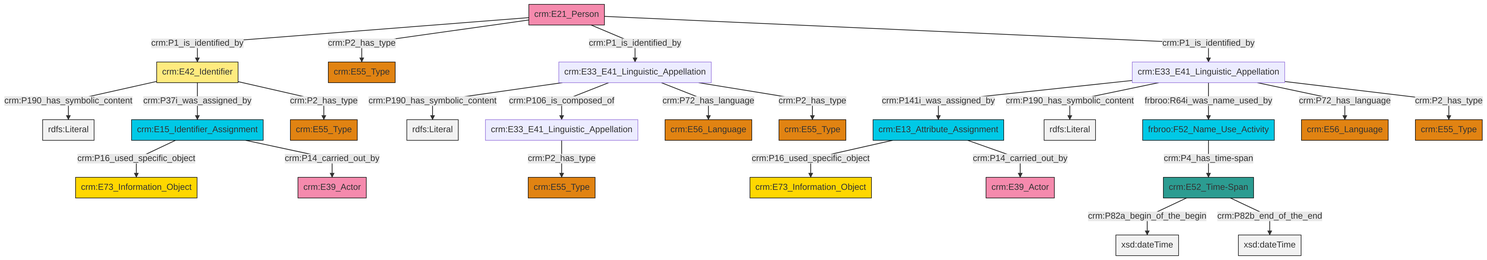
Earlier version of the Mermaid export et/personCSV/ttl/mmd/png/Person_Names_and_Classification.png (swiss-art-research-net/docs.swissartresearch). Its source is kept beside it as et/personCSV/ttl/mmd/Person_Names_and_Classification.ttl.mmd. The source it was exported from:
```mermaid
graph TD
classDef Literal fill:#f2f2f2,stroke:#000000;
classDef CRM_Entity fill:#FFFFFF,stroke:#000000;
classDef Temporal_Entity fill:#00C9E6, stroke:#000000;
classDef Type fill:#E18312, stroke:#000000;
classDef Time-Span fill:#2C9C91, stroke:#000000;
classDef Appellation fill:#FFEB7F, stroke:#000000;
classDef Place fill:#008836, stroke:#000000;
classDef Persistent_Item fill:#B266B2, stroke:#000000;
classDef Conceptual_Object fill:#FFD700, stroke:#000000;
classDef Physical_Thing fill:#D2B48C, stroke:#000000;
classDef Actor fill:#f58aad, stroke:#000000;
classDef PC_Classes fill:#4ce600, stroke:#000000;
classDef Multi fill:#cccccc,stroke:#000000;

0["crm:E33_E41_Linguistic_Appellation"]:::Default -->|crm:P141i_was_assigned_by| 1["crm:E13_Attribute_Assignment"]:::Temporal_Entity
0["crm:E33_E41_Linguistic_Appellation"]:::Default -->|crm:P190_has_symbolic_content| 2[rdfs:Literal]:::Literal
5["crm:E21_Person"]:::Actor -->|crm:P1_is_identified_by| 6["crm:E42_Identifier"]:::Appellation
5["crm:E21_Person"]:::Actor -->|crm:P2_has_type| 7["crm:E55_Type"]:::Type
13["crm:E33_E41_Linguistic_Appellation"]:::Default -->|crm:P190_has_symbolic_content| 14[rdfs:Literal]:::Literal
6["crm:E42_Identifier"]:::Appellation -->|crm:P190_has_symbolic_content| 25[rdfs:Literal]:::Literal
6["crm:E42_Identifier"]:::Appellation -->|crm:P37i_was_assigned_by| 26["crm:E15_Identifier_Assignment"]:::Temporal_Entity
3["crm:E52_Time-Span"]:::Time-Span -->|crm:P82a_begin_of_the_begin| 28[xsd:dateTime]:::Literal
1["crm:E13_Attribute_Assignment"]:::Temporal_Entity -->|crm:P16_used_specific_object| 9["crm:E73_Information_Object"]:::Conceptual_Object
13["crm:E33_E41_Linguistic_Appellation"]:::Default -->|crm:P106_is_composed_of| 17["crm:E33_E41_Linguistic_Appellation"]:::Default
5["crm:E21_Person"]:::Actor -->|crm:P1_is_identified_by| 13["crm:E33_E41_Linguistic_Appellation"]:::Default
26["crm:E15_Identifier_Assignment"]:::Temporal_Entity -->|crm:P16_used_specific_object| 23["crm:E73_Information_Object"]:::Conceptual_Object
3["crm:E52_Time-Span"]:::Time-Span -->|crm:P82b_end_of_the_end| 38[xsd:dateTime]:::Literal
17["crm:E33_E41_Linguistic_Appellation"]:::Default -->|crm:P2_has_type| 19["crm:E55_Type"]:::Type
13["crm:E33_E41_Linguistic_Appellation"]:::Default -->|crm:P72_has_language| 41["crm:E56_Language"]:::Type
26["crm:E15_Identifier_Assignment"]:::Temporal_Entity -->|crm:P14_carried_out_by| 33["crm:E39_Actor"]:::Actor
1["crm:E13_Attribute_Assignment"]:::Temporal_Entity -->|crm:P14_carried_out_by| 15["crm:E39_Actor"]:::Actor
0["crm:E33_E41_Linguistic_Appellation"]:::Default -->|frbroo:R64i_was_name_used_by| 31["frbroo:F52_Name_Use_Activity"]:::Temporal_Entity
6["crm:E42_Identifier"]:::Appellation -->|crm:P2_has_type| 39["crm:E55_Type"]:::Type
13["crm:E33_E41_Linguistic_Appellation"]:::Default -->|crm:P2_has_type| 35["crm:E55_Type"]:::Type
0["crm:E33_E41_Linguistic_Appellation"]:::Default -->|crm:P72_has_language| 11["crm:E56_Language"]:::Type
0["crm:E33_E41_Linguistic_Appellation"]:::Default -->|crm:P2_has_type| 21["crm:E55_Type"]:::Type
5["crm:E21_Person"]:::Actor -->|crm:P1_is_identified_by| 0["crm:E33_E41_Linguistic_Appellation"]:::Default
31["frbroo:F52_Name_Use_Activity"]:::Temporal_Entity -->|crm:P4_has_time-span| 3["crm:E52_Time-Span"]:::Time-Span
```
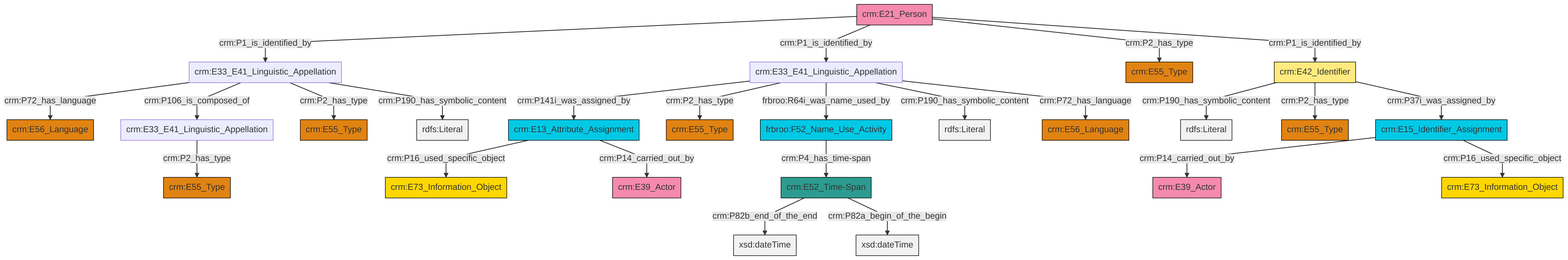
After the change.

Change to the diagram source:
```diff
@@ -13,27 +13,27 @@
 classDef PC_Classes fill:#4ce600, stroke:#000000;
 classDef Multi fill:#cccccc,stroke:#000000;
 
-0["crm:E33_E41_Linguistic_Appellation"]:::Default -->|crm:P141i_was_assigned_by| 1["crm:E13_Attribute_Assignment"]:::Temporal_Entity
-0["crm:E33_E41_Linguistic_Appellation"]:::Default -->|crm:P190_has_symbolic_content| 2[rdfs:Literal]:::Literal
-5["crm:E21_Person"]:::Actor -->|crm:P1_is_identified_by| 6["crm:E42_Identifier"]:::Appellation
-5["crm:E21_Person"]:::Actor -->|crm:P2_has_type| 7["crm:E55_Type"]:::Type
-13["crm:E33_E41_Linguistic_Appellation"]:::Default -->|crm:P190_has_symbolic_content| 14[rdfs:Literal]:::Literal
-6["crm:E42_Identifier"]:::Appellation -->|crm:P190_has_symbolic_content| 25[rdfs:Literal]:::Literal
-6["crm:E42_Identifier"]:::Appellation -->|crm:P37i_was_assigned_by| 26["crm:E15_Identifier_Assignment"]:::Temporal_Entity
-3["crm:E52_Time-Span"]:::Time-Span -->|crm:P82a_begin_of_the_begin| 28[xsd:dateTime]:::Literal
-1["crm:E13_Attribute_Assignment"]:::Temporal_Entity -->|crm:P16_used_specific_object| 9["crm:E73_Information_Object"]:::Conceptual_Object
-13["crm:E33_E41_Linguistic_Appellation"]:::Default -->|crm:P106_is_composed_of| 17["crm:E33_E41_Linguistic_Appellation"]:::Default
-5["crm:E21_Person"]:::Actor -->|crm:P1_is_identified_by| 13["crm:E33_E41_Linguistic_Appellation"]:::Default
-26["crm:E15_Identifier_Assignment"]:::Temporal_Entity -->|crm:P16_used_specific_object| 23["crm:E73_Information_Object"]:::Conceptual_Object
-3["crm:E52_Time-Span"]:::Time-Span -->|crm:P82b_end_of_the_end| 38[xsd:dateTime]:::Literal
-17["crm:E33_E41_Linguistic_Appellation"]:::Default -->|crm:P2_has_type| 19["crm:E55_Type"]:::Type
-13["crm:E33_E41_Linguistic_Appellation"]:::Default -->|crm:P72_has_language| 41["crm:E56_Language"]:::Type
-26["crm:E15_Identifier_Assignment"]:::Temporal_Entity -->|crm:P14_carried_out_by| 33["crm:E39_Actor"]:::Actor
-1["crm:E13_Attribute_Assignment"]:::Temporal_Entity -->|crm:P14_carried_out_by| 15["crm:E39_Actor"]:::Actor
-0["crm:E33_E41_Linguistic_Appellation"]:::Default -->|frbroo:R64i_was_name_used_by| 31["frbroo:F52_Name_Use_Activity"]:::Temporal_Entity
-6["crm:E42_Identifier"]:::Appellation -->|crm:P2_has_type| 39["crm:E55_Type"]:::Type
-13["crm:E33_E41_Linguistic_Appellation"]:::Default -->|crm:P2_has_type| 35["crm:E55_Type"]:::Type
-0["crm:E33_E41_Linguistic_Appellation"]:::Default -->|crm:P72_has_language| 11["crm:E56_Language"]:::Type
-0["crm:E33_E41_Linguistic_Appellation"]:::Default -->|crm:P2_has_type| 21["crm:E55_Type"]:::Type
-5["crm:E21_Person"]:::Actor -->|crm:P1_is_identified_by| 0["crm:E33_E41_Linguistic_Appellation"]:::Default
-31["frbroo:F52_Name_Use_Activity"]:::Temporal_Entity -->|crm:P4_has_time-span| 3["crm:E52_Time-Span"]:::Time-Span
+8["crm:E13_Attribute_Assignment"]:::Temporal_Entity -->|crm:P16_used_specific_object| 9["crm:E73_Information_Object"]:::Conceptual_Object
+12["crm:E21_Person"]:::Actor -->|crm:P1_is_identified_by| 13["crm:E33_E41_Linguistic_Appellation"]:::Default
+4["crm:E33_E41_Linguistic_Appellation"]:::Default -->|crm:P141i_was_assigned_by| 8["crm:E13_Attribute_Assignment"]:::Temporal_Entity
+12["crm:E21_Person"]:::Actor -->|crm:P1_is_identified_by| 4["crm:E33_E41_Linguistic_Appellation"]:::Default
+6["crm:E52_Time-Span"]:::Time-Span -->|crm:P82b_end_of_the_end| 15[xsd:dateTime]:::Literal
+10["crm:E15_Identifier_Assignment"]:::Temporal_Entity -->|crm:P14_carried_out_by| 23["crm:E39_Actor"]:::Actor
+24["crm:E33_E41_Linguistic_Appellation"]:::Default -->|crm:P2_has_type| 21["crm:E55_Type"]:::Type
+13["crm:E33_E41_Linguistic_Appellation"]:::Default -->|crm:P72_has_language| 25["crm:E56_Language"]:::Type
+6["crm:E52_Time-Span"]:::Time-Span -->|crm:P82a_begin_of_the_begin| 26[xsd:dateTime]:::Literal
+12["crm:E21_Person"]:::Actor -->|crm:P2_has_type| 16["crm:E55_Type"]:::Type
+13["crm:E33_E41_Linguistic_Appellation"]:::Default -->|crm:P106_is_composed_of| 24["crm:E33_E41_Linguistic_Appellation"]:::Default
+10["crm:E15_Identifier_Assignment"]:::Temporal_Entity -->|crm:P16_used_specific_object| 0["crm:E73_Information_Object"]:::Conceptual_Object
+18["crm:E42_Identifier"]:::Appellation -->|crm:P190_has_symbolic_content| 29[rdfs:Literal]:::Literal
+4["crm:E33_E41_Linguistic_Appellation"]:::Default -->|crm:P2_has_type| 30["crm:E55_Type"]:::Type
+13["crm:E33_E41_Linguistic_Appellation"]:::Default -->|crm:P2_has_type| 2["crm:E55_Type"]:::Type
+39["frbroo:F52_Name_Use_Activity"]:::Temporal_Entity -->|crm:P4_has_time-span| 6["crm:E52_Time-Span"]:::Time-Span
+4["crm:E33_E41_Linguistic_Appellation"]:::Default -->|frbroo:R64i_was_name_used_by| 39["frbroo:F52_Name_Use_Activity"]:::Temporal_Entity
+18["crm:E42_Identifier"]:::Appellation -->|crm:P2_has_type| 36["crm:E55_Type"]:::Type
+4["crm:E33_E41_Linguistic_Appellation"]:::Default -->|crm:P190_has_symbolic_content| 41[rdfs:Literal]:::Literal
+18["crm:E42_Identifier"]:::Appellation -->|crm:P37i_was_assigned_by| 10["crm:E15_Identifier_Assignment"]:::Temporal_Entity
+4["crm:E33_E41_Linguistic_Appellation"]:::Default -->|crm:P72_has_language| 34["crm:E56_Language"]:::Type
+12["crm:E21_Person"]:::Actor -->|crm:P1_is_identified_by| 18["crm:E42_Identifier"]:::Appellation
+13["crm:E33_E41_Linguistic_Appellation"]:::Default -->|crm:P190_has_symbolic_content| 46[rdfs:Literal]:::Literal
+8["crm:E13_Attribute_Assignment"]:::Temporal_Entity -->|crm:P14_carried_out_by| 44["crm:E39_Actor"]:::Actor
```
